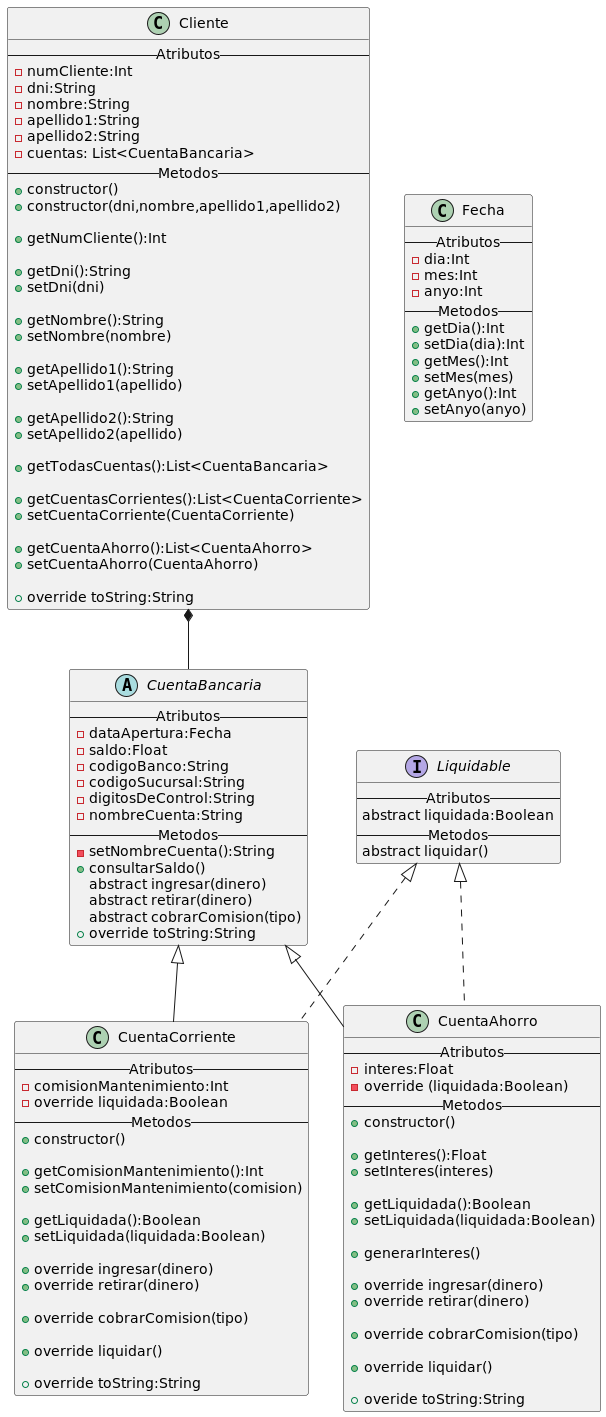
This is src/main/kotlin/uml/DiagramaClases.png from MaxDronCode/LadronesLegales, a PlantUML export, as it was before one commit.
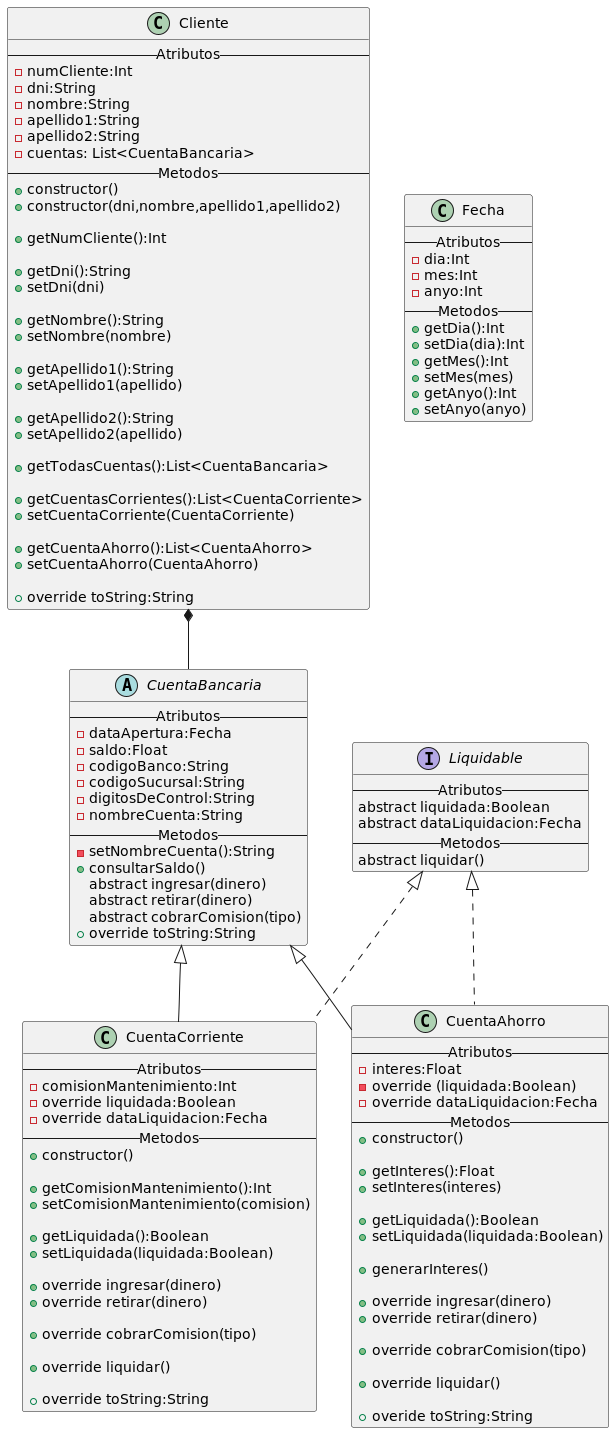
Above is the later version.

Change to the diagram source:
```diff
@@ -57,6 +57,7 @@
 --Atributos--
 -comisionMantenimiento:Int
 -override liquidada:Boolean
+-override dataLiquidacion:Fecha
 --Metodos--
 +constructor()
 
@@ -80,6 +81,7 @@
 --Atributos--
 -interes:Float
 -override (liquidada:Boolean)
+-override dataLiquidacion:Fecha
 --Metodos--
 +constructor()
 
@@ -104,6 +106,7 @@
 interface Liquidable {
 --Atributos--
 abstract liquidada:Boolean
+abstract dataLiquidacion:Fecha
 --Metodos--
 abstract liquidar()
 }
```
